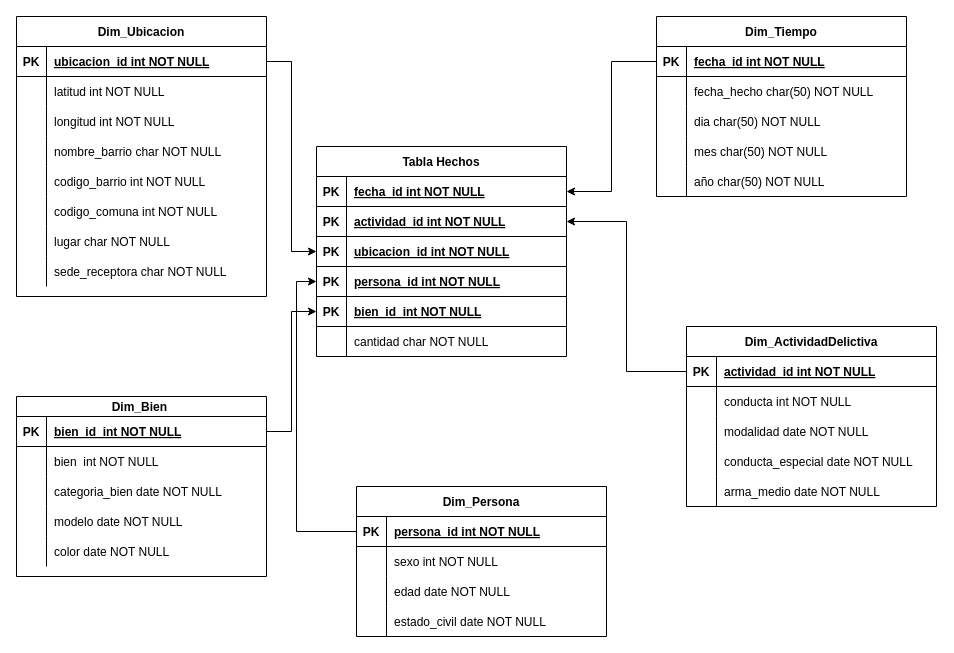
Earlier version of the draw.io diagram Diagrama sin título.drawio (JonhNino/Book-s). Source tidied: cells renumbered, new cells numbered last; positions are measured from the earlier drawing's top-left corner, leaving out a move shared by most shapes. Both pictures are drawn from the tidied source at 100%, with x=0, y=0 at pixel (16, 16).
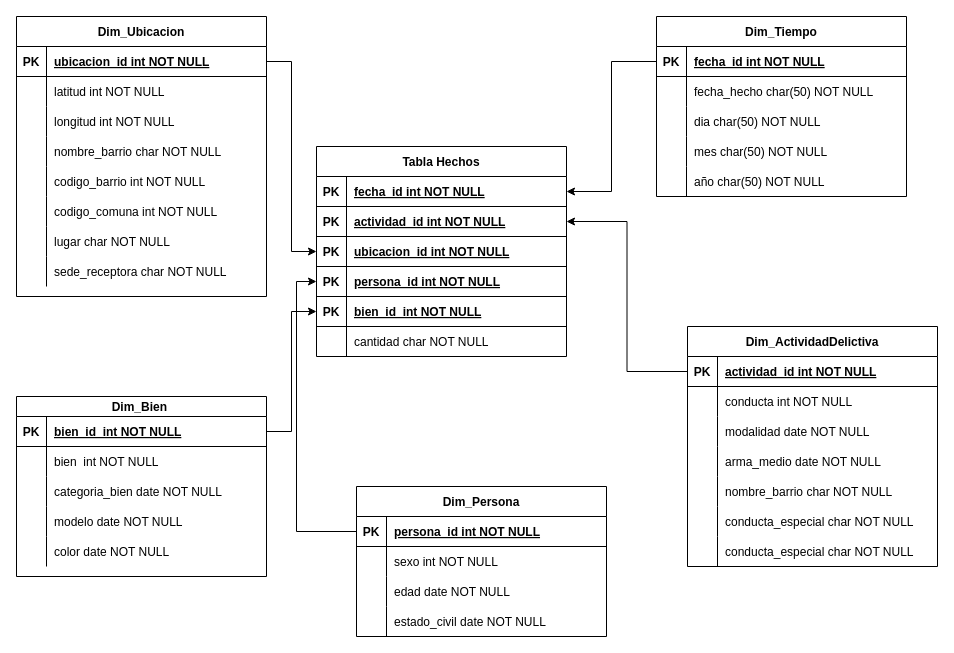
The same diagram, later.

Change to the diagram source:
```diff
@@
     <mxCell id="27" value="Dim_ActividadDelictiva" style="shape=table;startSize=30;childLayout=tableLayout;rowLines=0;fontStyle=1;align=center;" parent="1" vertex="1">
-      <mxGeometry x="670" y="310" width="250" height="180" as="geometry" />
+      <mxGeometry x="671" y="310" width="250" height="240" as="geometry" />
     </mxCell>
@@
-    <mxCell id="37" style="shape=partialRectangle;fillColor=none;top=0;left=0;right=0;bottom=0;" parent="27" vertex="1">
-      <mxGeometry y="120" width="250" height="30" as="geometry" />
-    </mxCell>
-    <mxCell id="38" style="shape=partialRectangle;overflow=hidden;fillColor=none;top=0;left=0;bottom=0;right=0;" parent="37" vertex="1">
-      <mxGeometry width="30" height="30" as="geometry" />
-    </mxCell>
-    <mxCell id="39" value="conducta_especial date NOT NULL" style="shape=partialRectangle;overflow=hidden;fillColor=none;top=0;left=0;bottom=0;right=0;align=left;spacingLeft=6;" parent="37" vertex="1">
-      <mxGeometry x="30" width="220" height="30" as="geometry" />
-    </mxCell>
     <mxCell id="40" style="shape=partialRectangle;fillColor=none;top=0;left=0;right=0;bottom=0;" parent="27" vertex="1">
-      <mxGeometry y="150" width="250" height="30" as="geometry" />
+      <mxGeometry y="120" width="250" height="30" as="geometry" />
     </mxCell>
@@
+    <mxCell id="112" style="shape=partialRectangle;fillColor=none;top=0;left=0;right=0;bottom=0;" parent="27" vertex="1">
+      <mxGeometry y="150" width="250" height="30" as="geometry" />
+    </mxCell>
+    <mxCell id="113" style="shape=partialRectangle;overflow=hidden;fillColor=none;top=0;left=0;bottom=0;right=0;" parent="112" vertex="1">
+      <mxGeometry width="30" height="30" as="geometry" />
+    </mxCell>
+    <mxCell id="114" value="nombre_barrio char NOT NULL" style="shape=partialRectangle;overflow=hidden;fillColor=none;top=0;left=0;bottom=0;right=0;align=left;spacingLeft=6;" parent="112" vertex="1">
+      <mxGeometry x="30" width="220" height="30" as="geometry" />
+    </mxCell>
+    <mxCell id="115" style="shape=partialRectangle;fillColor=none;top=0;left=0;right=0;bottom=0;" parent="27" vertex="1">
+      <mxGeometry y="180" width="250" height="30" as="geometry" />
+    </mxCell>
+    <mxCell id="116" style="shape=partialRectangle;overflow=hidden;fillColor=none;top=0;left=0;bottom=0;right=0;" parent="115" vertex="1">
+      <mxGeometry width="30" height="30" as="geometry" />
+    </mxCell>
+    <mxCell id="117" value="conducta_especial char NOT NULL" style="shape=partialRectangle;overflow=hidden;fillColor=none;top=0;left=0;bottom=0;right=0;align=left;spacingLeft=6;" parent="115" vertex="1">
+      <mxGeometry x="30" width="220" height="30" as="geometry" />
+    </mxCell>
+    <mxCell id="118" style="shape=partialRectangle;fillColor=none;top=0;left=0;right=0;bottom=0;" parent="27" vertex="1">
+      <mxGeometry y="210" width="250" height="30" as="geometry" />
+    </mxCell>
+    <mxCell id="119" style="shape=partialRectangle;overflow=hidden;fillColor=none;top=0;left=0;bottom=0;right=0;" parent="118" vertex="1">
+      <mxGeometry width="30" height="30" as="geometry" />
+    </mxCell>
+    <mxCell id="120" value="conducta_especial char NOT NULL" style="shape=partialRectangle;overflow=hidden;fillColor=none;top=0;left=0;bottom=0;right=0;align=left;spacingLeft=6;" parent="118" vertex="1">
+      <mxGeometry x="30" width="220" height="30" as="geometry" />
+    </mxCell>
```
